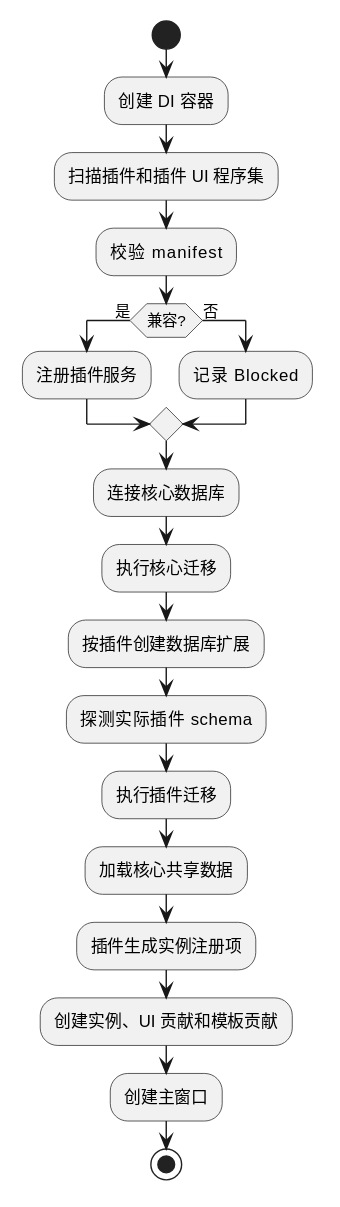
This is Docs/diagrams/startup-lifecycle.svg from micro123/diary-app, a PlantUML export, as it was before one commit.
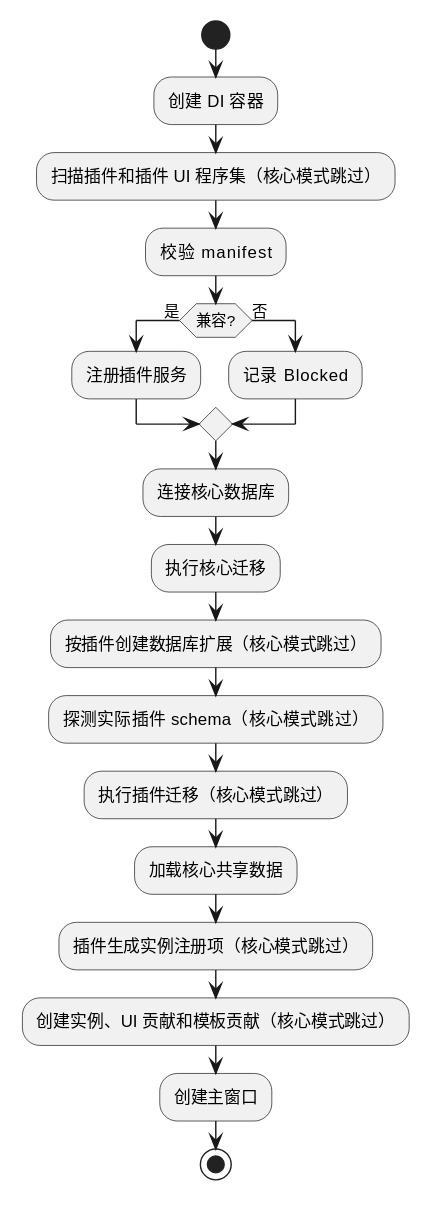
The same diagram one commit later.

What changed in the source:
```diff
@@ -1,7 +1,7 @@
 @startuml
 start
 :创建 DI 容器;
-:扫描插件和插件 UI 程序集;
+:扫描插件和插件 UI 程序集（核心模式跳过）;
 :校验 manifest;
 if (兼容?) then (是)
   :注册插件服务;
@@ -10,12 +10,12 @@
 endif
 :连接核心数据库;
 :执行核心迁移;
-:按插件创建数据库扩展;
-:探测实际插件 schema;
-:执行插件迁移;
+:按插件创建数据库扩展（核心模式跳过）;
+:探测实际插件 schema（核心模式跳过）;
+:执行插件迁移（核心模式跳过）;
 :加载核心共享数据;
-:插件生成实例注册项;
-:创建实例、UI 贡献和模板贡献;
+:插件生成实例注册项（核心模式跳过）;
+:创建实例、UI 贡献和模板贡献（核心模式跳过）;
 :创建主窗口;
 stop
 @enduml
```
